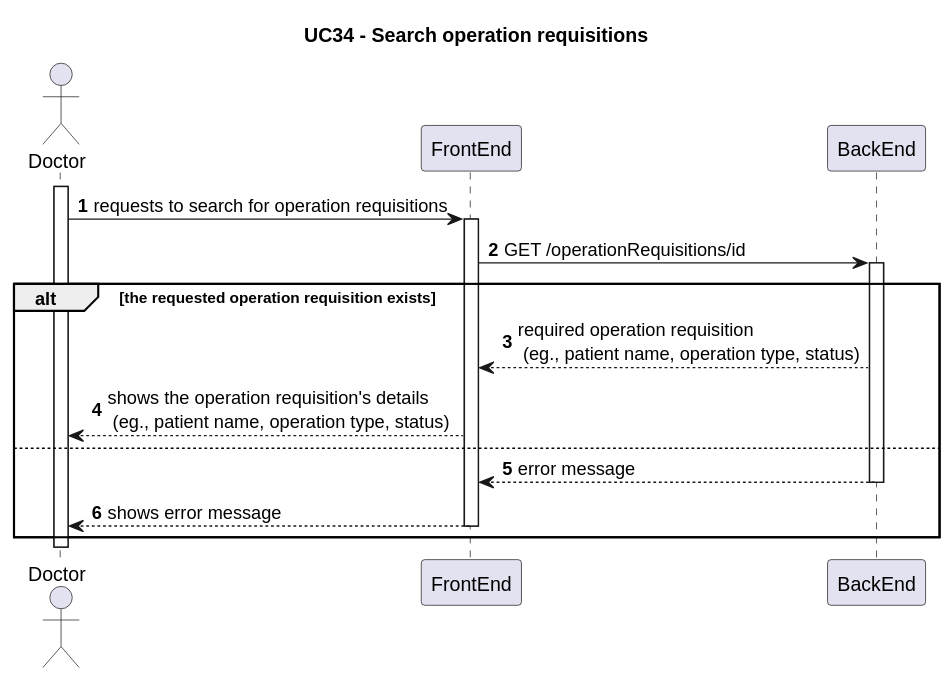
This is Wiki/SprintA/diagrams/use-cases/34-search-operation-requisitions/level2/process-view.svg from MiguelCardoso77/SurgicalSync-BackEnd, a PlantUML export, as it was before one commit. The source it was exported from:
```plantuml
@startuml
autonumber

Title "UC34 - Search operation requisitions"

actor "Doctor" as D
participant "FrontEnd" as FE
participant "BackEnd" as BE

activate D

D -> FE: requests to search for operation requisitions

    activate FE

    FE -> BE : GET /operationRequisitions/id

    alt the requested operation requisition exists

    activate BE

    BE --> FE : required operation requisition \n (eg., patient name, operation type, status)


    FE --> D: shows the operation requisition's details \n (eg., patient name, operation type, status)

    else

    BE --> FE : error message

    deactivate BE

    FE --> D : shows error message

    deactivate FE

    end

deactivate D
@enduml
```
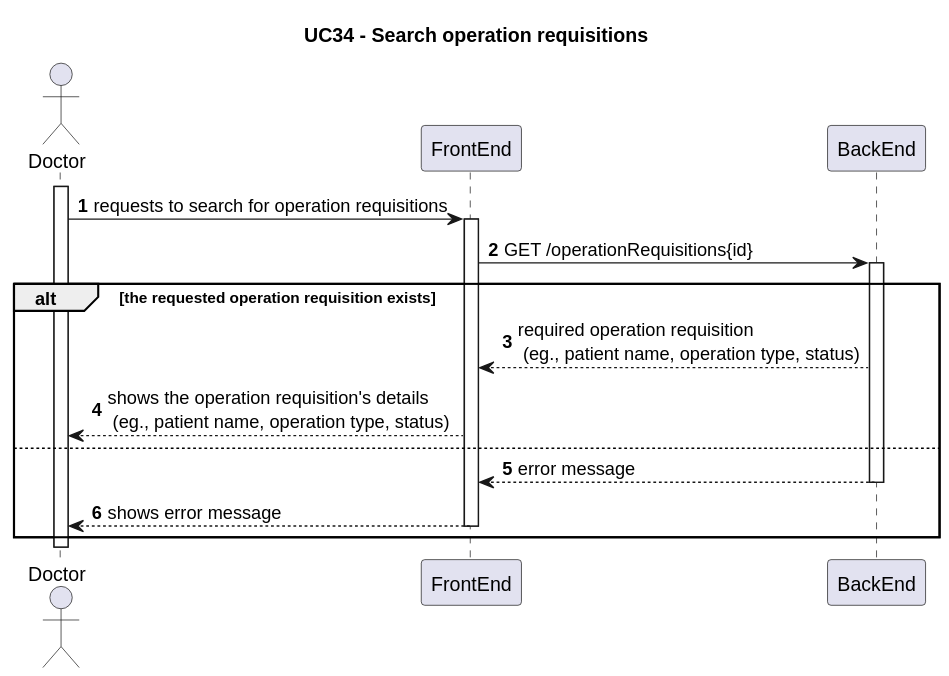
The same diagram one commit later.

Commit message:
Designing the level 3 - backoffice process view and the class diagram #19

What changed in the source:
```diff
@@ -13,7 +13,7 @@
 
     activate FE
 
-    FE -> BE : GET /operationRequisitions/id
+    FE -> BE : GET /operationRequisitions{id}
 
     alt the requested operation requisition exists
 
```
